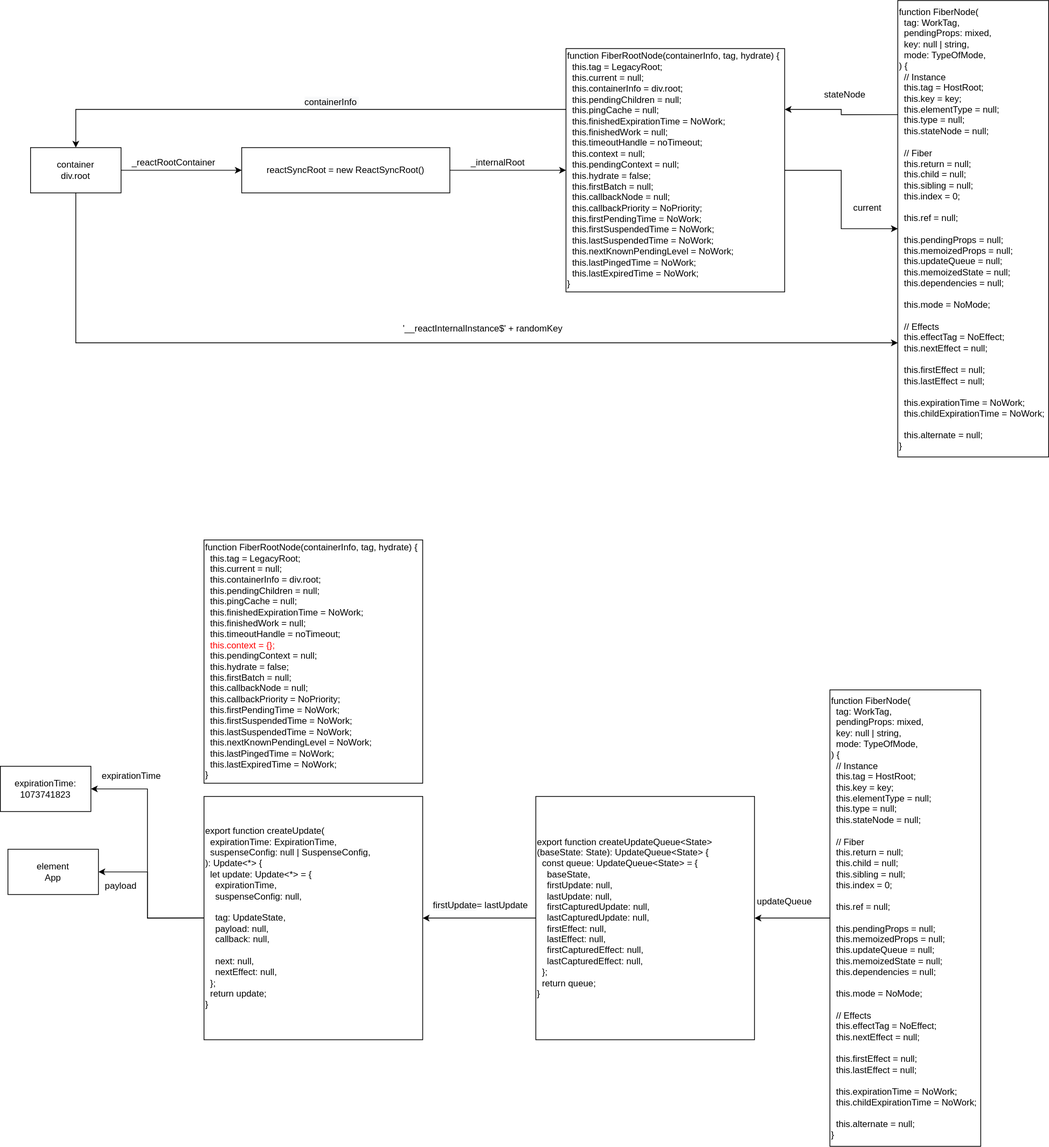
Before: react16.10/图片/state.svg, a diagram exported from draw.io (gwtjs/read-code). Source tidied: cells renumbered, new cells last; positions are measured from the earlier drawing's top-left corner, leaving out a move shared by most shapes.
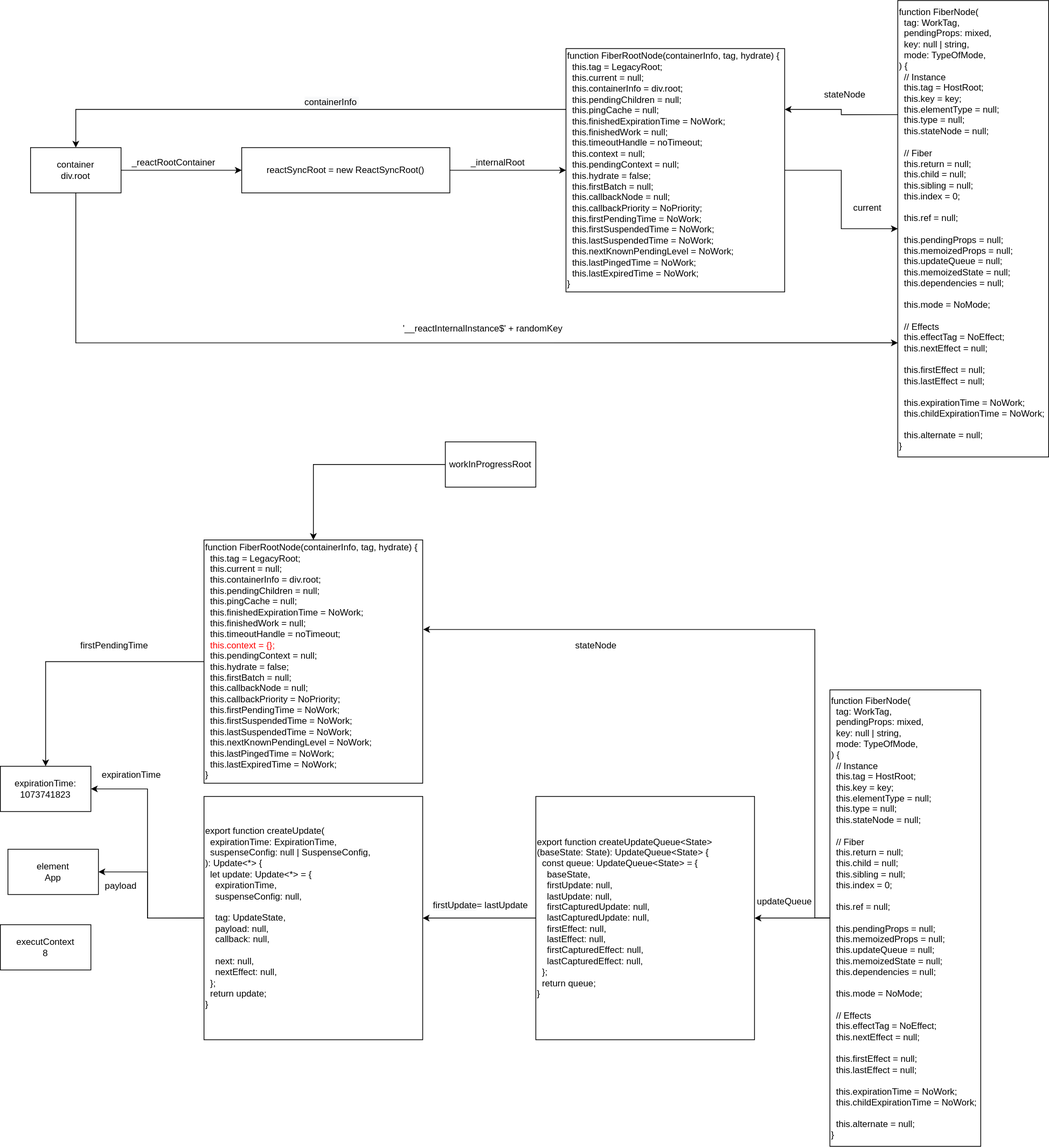
Later version of the same file.

What changed in the source:
```diff
@@ -64,6 +64,9 @@
     <mxCell id="19" value="expirationTime:&lt;br&gt;1073741823" style="rounded=0;whiteSpace=wrap;html=1;" parent="1" vertex="1">
       <mxGeometry y="1015" width="120" height="60" as="geometry" />
     </mxCell>
+    <mxCell id="32" style="edgeStyle=orthogonalEdgeStyle;rounded=0;jettySize=auto;html=1;entryX=0.5;entryY=0;entryDx=0;entryDy=0;" parent="1" edge="1" source="20" target="19">
+      <mxGeometry relative="1" as="geometry" />
+    </mxCell>
     <mxCell id="20" value="&lt;div&gt;function FiberRootNode(containerInfo, tag, hydrate) {&lt;/div&gt;&lt;div&gt;&amp;nbsp; this.tag = LegacyRoot;&lt;/div&gt;&lt;div&gt;&amp;nbsp; this.current = null;&lt;/div&gt;&lt;div&gt;&amp;nbsp; this.containerInfo = div.root;&lt;/div&gt;&lt;div&gt;&amp;nbsp; this.pendingChildren = null;&lt;/div&gt;&lt;div&gt;&amp;nbsp; this.pingCache = null;&lt;/div&gt;&lt;div&gt;&amp;nbsp; this.finishedExpirationTime = NoWork;&lt;/div&gt;&lt;div&gt;&amp;nbsp; this.finishedWork = null;&lt;/div&gt;&lt;div&gt;&amp;nbsp; this.timeoutHandle = noTimeout;&lt;/div&gt;&lt;div&gt;&amp;nbsp; &lt;font color=&quot;#ff0000&quot;&gt;this.context = {};&lt;/font&gt;&lt;/div&gt;&lt;div&gt;&amp;nbsp; this.pendingContext = null;&lt;/div&gt;&lt;div&gt;&amp;nbsp; this.hydrate = false;&lt;/div&gt;&lt;div&gt;&amp;nbsp; this.firstBatch = null;&lt;/div&gt;&lt;div&gt;&amp;nbsp; this.callbackNode = null;&lt;/div&gt;&lt;div&gt;&amp;nbsp; this.callbackPriority = NoPriority;&lt;/div&gt;&lt;div&gt;&amp;nbsp; this.firstPendingTime = NoWork;&lt;/div&gt;&lt;div&gt;&amp;nbsp; this.firstSuspendedTime = NoWork;&lt;/div&gt;&lt;div&gt;&amp;nbsp; this.lastSuspendedTime = NoWork;&lt;/div&gt;&lt;div&gt;&amp;nbsp; this.nextKnownPendingLevel = NoWork;&lt;/div&gt;&lt;div&gt;&amp;nbsp; this.lastPingedTime = NoWork;&lt;/div&gt;&lt;div&gt;&amp;nbsp; this.lastExpiredTime = NoWork;&lt;/div&gt;&lt;div&gt;}&lt;/div&gt;" style="rounded=0;whiteSpace=wrap;html=1;align=left;" parent="1" vertex="1">
       <mxGeometry x="270" y="715" width="290" height="322.5" as="geometry" />
     </mxCell>
@@ -90,6 +93,14 @@
     <mxCell id="26" style="edgeStyle=orthogonalEdgeStyle;rounded=0;jettySize=auto;html=1;entryX=1;entryY=0.5;entryDx=0;entryDy=0;" parent="1" edge="1" source="27" target="30">
       <mxGeometry relative="1" as="geometry" />
     </mxCell>
+    <mxCell id="33" style="edgeStyle=orthogonalEdgeStyle;rounded=0;jettySize=auto;html=1;entryX=1.002;entryY=0.368;entryDx=0;entryDy=0;entryPerimeter=0;" parent="1" edge="1" source="27" target="20">
+      <mxGeometry relative="1" as="geometry">
+        <Array as="points">
+          <mxPoint x="1080" y="1216" />
+          <mxPoint x="1080" y="834" />
+        </Array>
+      </mxGeometry>
+    </mxCell>
     <mxCell id="27" value="&lt;div&gt;function FiberNode(&lt;/div&gt;&lt;div&gt;&amp;nbsp; tag: WorkTag,&lt;/div&gt;&lt;div&gt;&amp;nbsp; pendingProps: mixed,&lt;/div&gt;&lt;div&gt;&amp;nbsp; key: null | string,&lt;/div&gt;&lt;div&gt;&amp;nbsp; mode: TypeOfMode,&lt;/div&gt;&lt;div&gt;) {&lt;/div&gt;&lt;div&gt;&amp;nbsp; // Instance&lt;/div&gt;&lt;div&gt;&amp;nbsp; this.tag = HostRoot;&lt;/div&gt;&lt;div&gt;&amp;nbsp; this.key = key;&lt;/div&gt;&lt;div&gt;&amp;nbsp; this.elementType = null;&lt;/div&gt;&lt;div&gt;&amp;nbsp; this.type = null;&lt;/div&gt;&lt;div&gt;&amp;nbsp; this.stateNode = null;&lt;/div&gt;&lt;div&gt;&lt;br&gt;&lt;/div&gt;&lt;div&gt;&amp;nbsp; // Fiber&lt;/div&gt;&lt;div&gt;&amp;nbsp; this.return = null;&lt;/div&gt;&lt;div&gt;&amp;nbsp; this.child = null;&lt;/div&gt;&lt;div&gt;&amp;nbsp; this.sibling = null;&lt;/div&gt;&lt;div&gt;&amp;nbsp; this.index = 0;&lt;/div&gt;&lt;div&gt;&lt;br&gt;&lt;/div&gt;&lt;div&gt;&amp;nbsp; this.ref = null;&lt;/div&gt;&lt;div&gt;&lt;br&gt;&lt;/div&gt;&lt;div&gt;&amp;nbsp; this.pendingProps = null;&lt;/div&gt;&lt;div&gt;&amp;nbsp; this.memoizedProps = null;&lt;/div&gt;&lt;div&gt;&amp;nbsp; this.updateQueue = null;&lt;/div&gt;&lt;div&gt;&amp;nbsp; this.memoizedState = null;&lt;/div&gt;&lt;div&gt;&amp;nbsp; this.dependencies = null;&lt;/div&gt;&lt;div&gt;&lt;br&gt;&lt;/div&gt;&lt;div&gt;&amp;nbsp; this.mode = NoMode;&lt;/div&gt;&lt;div&gt;&lt;br&gt;&lt;/div&gt;&lt;div&gt;&amp;nbsp; // Effects&lt;/div&gt;&lt;div&gt;&amp;nbsp; this.effectTag = NoEffect;&lt;/div&gt;&lt;div&gt;&amp;nbsp; this.nextEffect = null;&lt;/div&gt;&lt;div&gt;&lt;br&gt;&lt;/div&gt;&lt;div&gt;&amp;nbsp; this.firstEffect = null;&lt;/div&gt;&lt;div&gt;&amp;nbsp; this.lastEffect = null;&lt;/div&gt;&lt;div&gt;&lt;br&gt;&lt;/div&gt;&lt;div&gt;&amp;nbsp; this.expirationTime = NoWork;&lt;/div&gt;&lt;div&gt;&amp;nbsp; this.childExpirationTime = NoWork;&lt;/div&gt;&lt;div&gt;&lt;br&gt;&lt;/div&gt;&lt;div&gt;&amp;nbsp; this.alternate = null;&lt;/div&gt;&lt;div&gt;}&lt;/div&gt;" style="rounded=0;whiteSpace=wrap;html=1;align=left;" parent="1" vertex="1">
       <mxGeometry x="1100" y="913.8" width="200" height="605" as="geometry" />
     </mxCell>
@@ -105,5 +116,20 @@
     <mxCell id="31" value="&lt;br&gt;&lt;br&gt;&lt;span style=&quot;color: rgb(0 , 0 , 0) ; font-family: &amp;#34;helvetica&amp;#34; ; font-size: 12px ; font-style: normal ; font-weight: 400 ; letter-spacing: normal ; text-align: left ; text-indent: 0px ; text-transform: none ; word-spacing: 0px ; background-color: rgb(248 , 249 , 250) ; display: inline ; float: none&quot;&gt;firstUpdate&lt;/span&gt;=&amp;nbsp;&lt;span style=&quot;text-align: left&quot;&gt;lastUpdate&lt;/span&gt;" style="text;html=1;strokeColor=none;fillColor=none;align=center;verticalAlign=middle;whiteSpace=wrap;rounded=0;" parent="1" vertex="1">
       <mxGeometry x="567" y="1175" width="140" height="20" as="geometry" />
     </mxCell>
+    <mxCell id="34" value="stateNode" style="text;html=1;strokeColor=none;fillColor=none;align=center;verticalAlign=middle;whiteSpace=wrap;rounded=0;" parent="1" vertex="1">
+      <mxGeometry x="770" y="845" width="40" height="20" as="geometry" />
+    </mxCell>
+    <mxCell id="35" value="&lt;span style=&quot;text-align: left&quot;&gt;firstPendingTime&amp;nbsp;&lt;/span&gt;" style="text;html=1;strokeColor=none;fillColor=none;align=center;verticalAlign=middle;whiteSpace=wrap;rounded=0;" parent="1" vertex="1">
+      <mxGeometry x="133" y="845" width="40" height="20" as="geometry" />
+    </mxCell>
+    <mxCell id="36" value="executContext&lt;br&gt;8" style="rounded=0;whiteSpace=wrap;html=1;" parent="1" vertex="1">
+      <mxGeometry y="1225" width="120" height="60" as="geometry" />
+    </mxCell>
+    <mxCell id="37" style="edgeStyle=orthogonalEdgeStyle;rounded=0;jettySize=auto;html=1;" parent="1" edge="1" source="38" target="20">
+      <mxGeometry relative="1" as="geometry" />
+    </mxCell>
+    <mxCell id="38" value="workInProgressRoot" style="rounded=0;whiteSpace=wrap;html=1;" parent="1" vertex="1">
+      <mxGeometry x="590" y="585" width="120" height="60" as="geometry" />
+    </mxCell>
   </root>
 </mxGraphModel>
```
